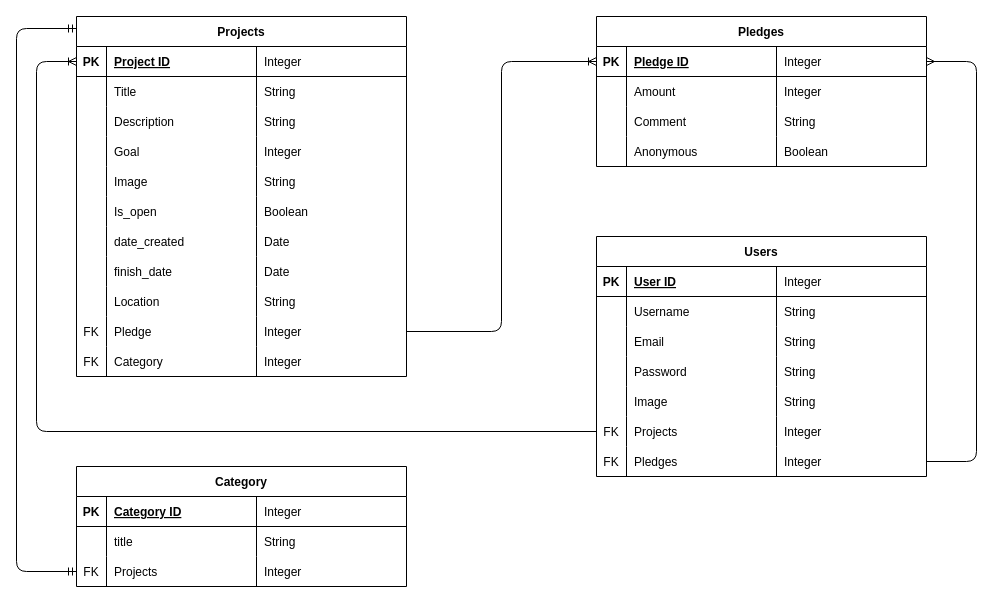
This is crowdfunding/sprout.drawio from ambo-n/crowdfunding_back_end, a draw.io file, before an edit. Source tidied: cells renumbered, new cells numbered last; positions are measured from the earlier drawing's top-left corner, leaving out a move shared by most shapes. Both pictures are drawn from the tidied source at 100%, with x=0, y=0 at pixel (16, 16).
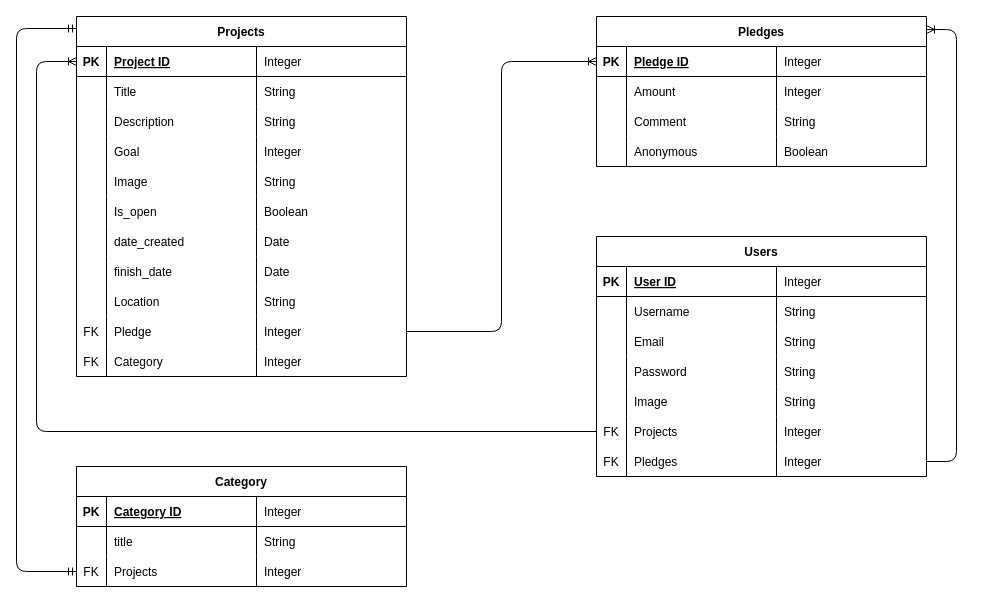
Above is the later version.

Unchanged cells that the change refers to:
```xml
<mxCell id="47" value="Pledges" style="shape=table;startSize=30;childLayout=tableLayout;rowLines=0;fontStyle=1;align=center;" parent="1" vertex="1">
  <mxGeometry x="580" width="330" height="150" as="geometry" />
</mxCell>
<mxCell id="48" style="shape=tableRow;horizontal=0;startSize=0;swimlaneHead=0;swimlaneBody=0;fillColor=none;points=[[0,0.5],[1,0.5]];portConstraint=eastwest;top=0;left=0;right=0;bottom=1;" parent="47" vertex="1">
  <mxGeometry y="30" width="330" height="30" as="geometry" />
</mxCell>
<mxCell id="89" style="shape=tableRow;horizontal=0;startSize=0;swimlaneHead=0;swimlaneBody=0;fillColor=none;points=[[0,0.5],[1,0.5]];portConstraint=eastwest;top=0;left=0;right=0;bottom=0;" parent="64" vertex="1">
  <mxGeometry y="210" width="330" height="30" as="geometry" />
</mxCell>
```

What changed in the source:
```diff
@@
-    <mxCell id="95" style="fontSize=12;html=1;endArrow=ERmany;entryX=1;entryY=0.5;entryDx=0;entryDy=0;exitX=1;exitY=0.5;exitDx=0;exitDy=0;edgeStyle=orthogonalEdgeStyle;" parent="1" edge="1" source="89" target="48">
-      <mxGeometry relative="1" as="geometry">
-        <Array as="points">
-          <mxPoint x="960" y="445" />
-          <mxPoint x="960" y="45" />
-        </Array>
-      </mxGeometry>
-    </mxCell>
@@
+    <mxCell id="110" style="edgeStyle=entityRelationEdgeStyle;fontSize=12;html=1;endArrow=ERoneToMany;exitX=1;exitY=0.5;exitDx=0;exitDy=0;entryX=1;entryY=0.087;entryDx=0;entryDy=0;entryPerimeter=0;" parent="1" edge="1" source="89" target="47">
+      <mxGeometry relative="1" as="geometry" />
+    </mxCell>
```
